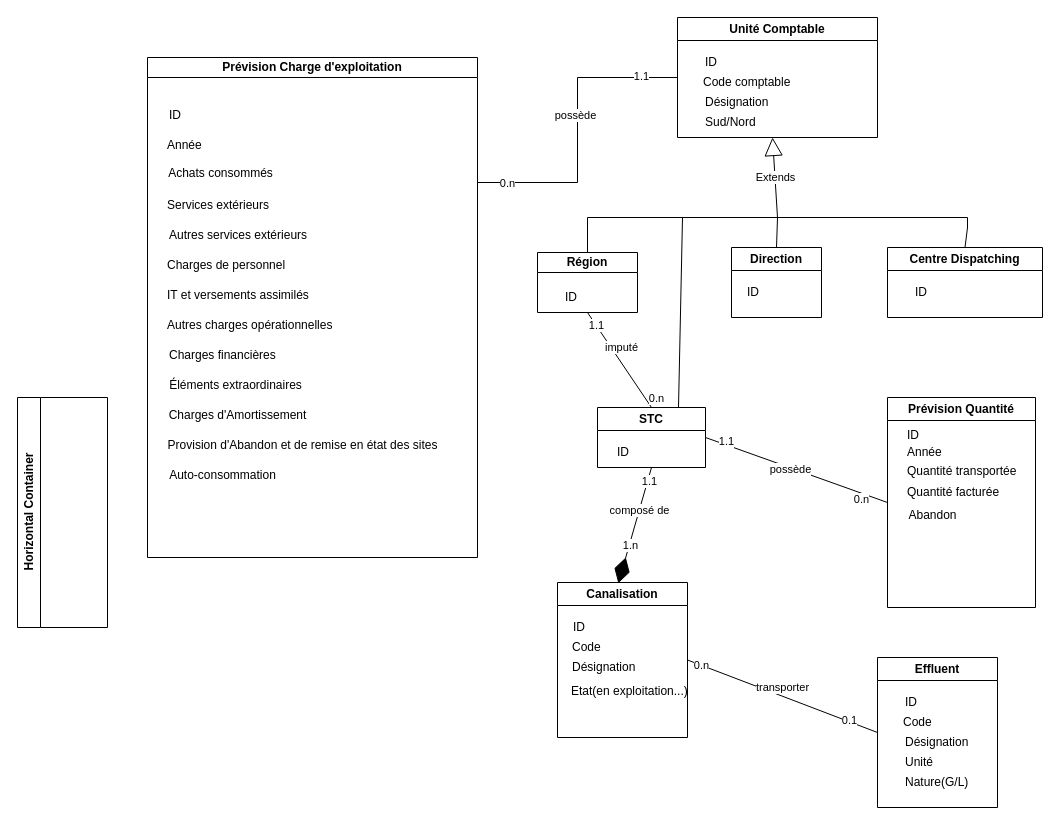
Above: Diagramme de class Tarification.drawio.xml in saddambelabed/Conception (draw.io), before the change. Source tidied: cells renumbered, new cells numbered last; positions are measured from the earlier drawing's top-left corner, leaving out a move shared by most shapes. Both pictures are drawn from the tidied source at 100%, with x=0, y=0 at pixel (17, 17).
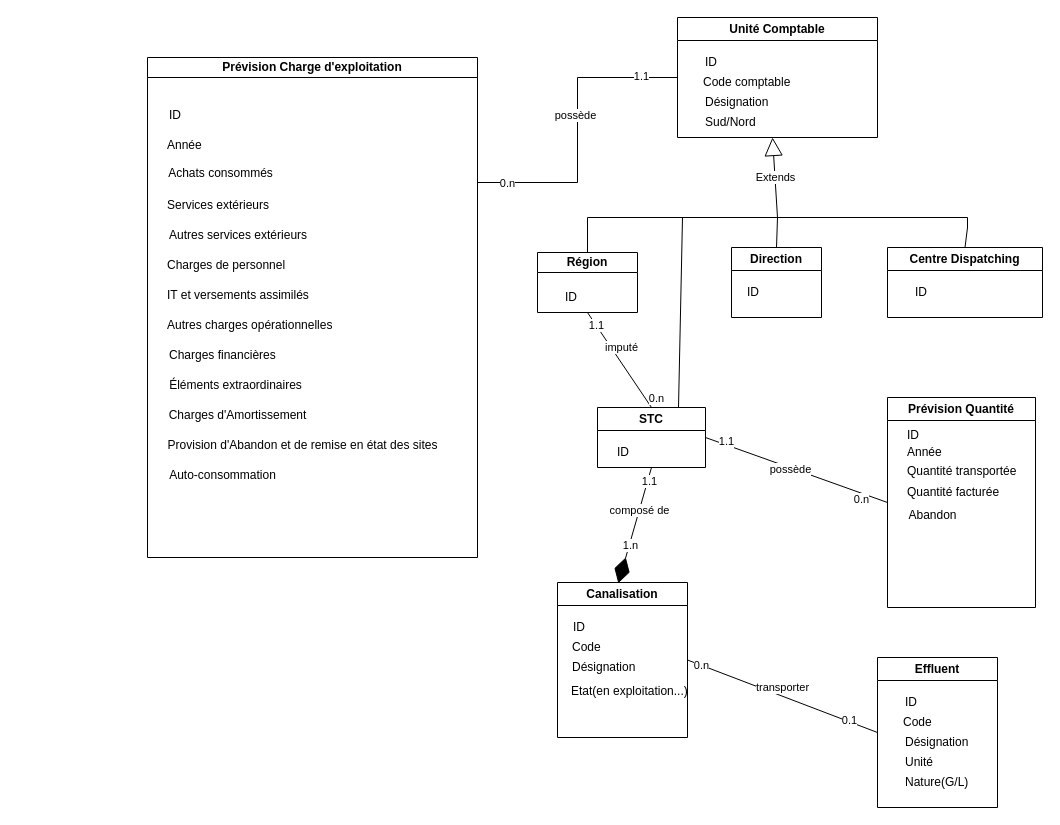
The same diagram, later.

Commit message:
Mettre à jour Diagramme de class Tarification.drawio.xml

Diff of the diagram source:
```diff
@@
-    <mxCell id="71" value="Horizontal Container" style="swimlane;horizontal=0;whiteSpace=wrap;html=1;" parent="1" vertex="1">
-      <mxGeometry y="380" width="90" height="230" as="geometry" />
-    </mxCell>
```
